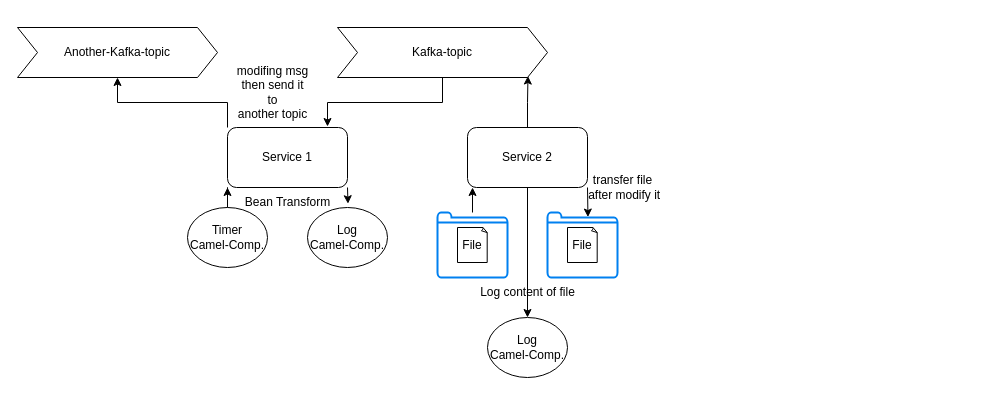
This is Apache Camel.drawio from AlyElDweny/Apache-Camel-demo, a draw.io file, before an edit. Source tidied: cells renumbered, new cells numbered last; positions are measured from the earlier drawing's top-left corner, leaving out a move shared by most shapes. Both pictures are drawn from the tidied source at 100%, with x=0, y=0 at pixel (17, 27).
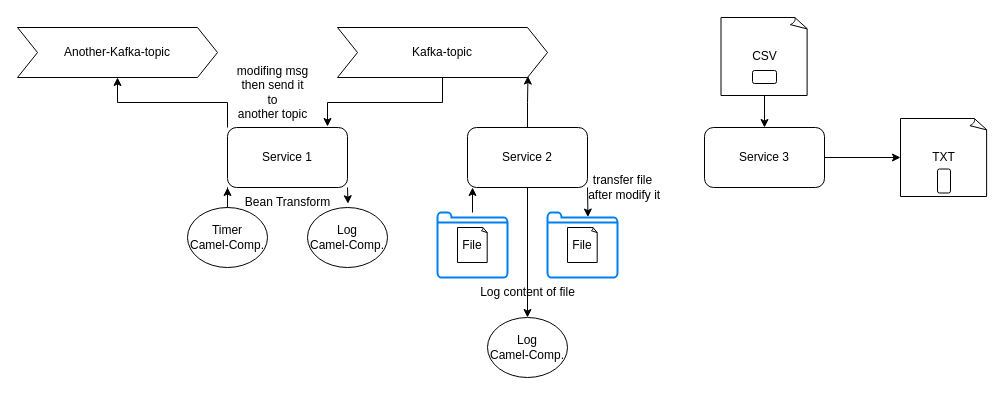
The same diagram, later.

What changed in the source:
```diff
@@
+    <mxCell id="25" style="edgeStyle=orthogonalEdgeStyle;rounded=0;jettySize=auto;html=1;" parent="1" edge="1" source="26" target="30">
+      <mxGeometry relative="1" as="geometry" />
+    </mxCell>
+    <mxCell id="26" value="Service 3" style="rounded=1;whiteSpace=wrap;html=1;" parent="1" vertex="1">
+      <mxGeometry x="687" y="100" width="120" height="60" as="geometry" />
+    </mxCell>
+    <mxCell id="27" style="edgeStyle=orthogonalEdgeStyle;rounded=0;jettySize=auto;html=1;exitX=0.5;exitY=1;exitDx=0;exitDy=0;exitPerimeter=0;entryX=0.5;entryY=0;entryDx=0;entryDy=0;" parent="1" edge="1" source="28" target="26">
+      <mxGeometry relative="1" as="geometry" />
+    </mxCell>
+    <mxCell id="28" value="CSV" style="whiteSpace=wrap;html=1;shape=mxgraph.basic.document;" parent="1" vertex="1">
+      <mxGeometry x="703.5" y="-10" width="87" height="78" as="geometry" />
+    </mxCell>
+    <mxCell id="29" style="rounded=1;whiteSpace=wrap;html=1;" parent="1" vertex="1">
+      <mxGeometry x="735" y="43" width="24" height="13" as="geometry" />
+    </mxCell>
+    <mxCell id="30" value="TXT" style="whiteSpace=wrap;html=1;shape=mxgraph.basic.document;" parent="1" vertex="1">
+      <mxGeometry x="883" y="91" width="87" height="78" as="geometry" />
+    </mxCell>
+    <mxCell id="31" style="rounded=1;whiteSpace=wrap;html=1;rotation=90;" parent="1" vertex="1">
+      <mxGeometry x="914.5" y="147" width="24" height="13" as="geometry" />
+    </mxCell>
```
